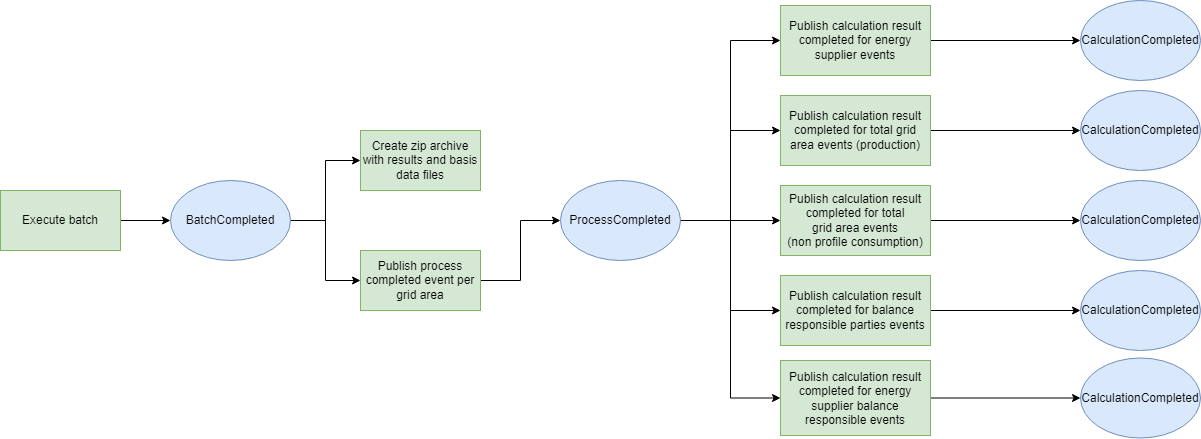
Earlier version of the draw.io export docs/images/events.drawio.png (Energinet-DataHub/opengeh-wholesale). Source tidied: cells renumbered, new cells last; positions are measured from the earlier drawing's top-left corner, leaving out a move shared by most shapes.
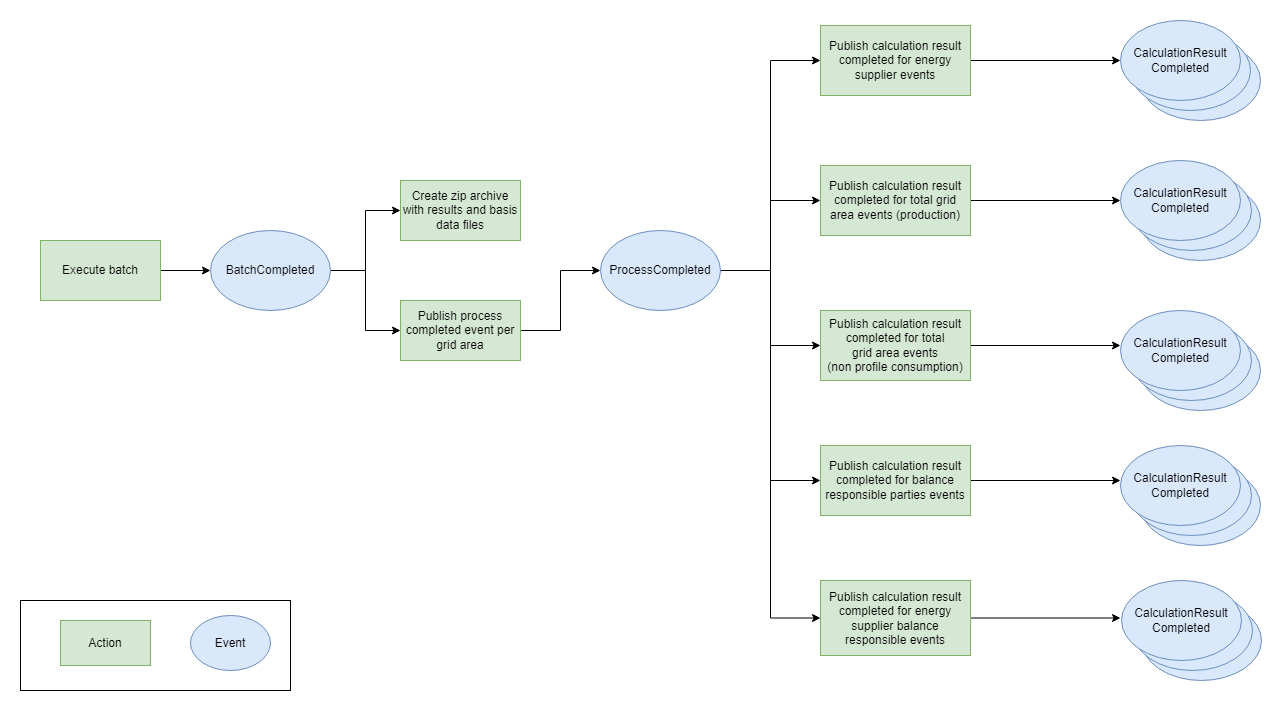
Later version of the same file.

The edit, as a diff of the source:
```diff
@@ -1,7 +1,16 @@
-<mxGraphModel>
+<mxGraphModel background="#ffffff">
   <root>
     <mxCell id="0" />
     <mxCell id="1" parent="0" />
+    <mxCell id="31" style="ellipse;whiteSpace=wrap;html=1;fillColor=#dae8fc;strokeColor=#6c8ebf;" parent="1" vertex="1">
+      <mxGeometry x="1100" y="-10" width="120" height="80" as="geometry" />
+    </mxCell>
+    <mxCell id="32" style="ellipse;whiteSpace=wrap;html=1;fillColor=#dae8fc;strokeColor=#6c8ebf;" parent="1" vertex="1">
+      <mxGeometry x="1090" y="-20" width="120" height="80" as="geometry" />
+    </mxCell>
+    <mxCell id="33" style="rounded=0;whiteSpace=wrap;html=1;align=left;" parent="1" vertex="1">
+      <mxGeometry x="-20" y="550" width="270" height="90" as="geometry" />
+    </mxCell>
     <mxCell id="2" style="edgeStyle=orthogonalEdgeStyle;rounded=0;jettySize=auto;html=1;entryX=0;entryY=0.5;entryDx=0;entryDy=0;" parent="1" edge="1" source="3" target="6">
       <mxGeometry relative="1" as="geometry" />
     </mxCell>
@@ -48,46 +57,84 @@
       <mxGeometry relative="1" as="geometry" />
     </mxCell>
     <mxCell id="17" value="Publish calculation result completed for energy supplier events" style="rounded=0;whiteSpace=wrap;html=1;fillColor=#d5e8d4;strokeColor=#82b366;" parent="1" vertex="1">
-      <mxGeometry x="780" y="5" width="150" height="70" as="geometry" />
+      <mxGeometry x="780" y="-25" width="150" height="70" as="geometry" />
     </mxCell>
-    <mxCell id="18" value="CalculationCompleted" style="ellipse;whiteSpace=wrap;html=1;fillColor=#dae8fc;strokeColor=#6c8ebf;" parent="1" vertex="1">
-      <mxGeometry x="1080" width="120" height="80" as="geometry" />
+    <mxCell id="18" value="CalculationResult Completed" style="ellipse;whiteSpace=wrap;html=1;fillColor=#dae8fc;strokeColor=#6c8ebf;" parent="1" vertex="1">
+      <mxGeometry x="1080" y="-30" width="120" height="80" as="geometry" />
     </mxCell>
-    <mxCell id="19" style="edgeStyle=orthogonalEdgeStyle;rounded=0;jettySize=auto;html=1;entryX=0;entryY=0.5;entryDx=0;entryDy=0;" parent="1" edge="1" source="20" target="27">
-      <mxGeometry relative="1" as="geometry" />
+    <mxCell id="19" style="edgeStyle=orthogonalEdgeStyle;rounded=0;jettySize=auto;html=1;entryX=0;entryY=0.5;entryDx=0;entryDy=0;" parent="1" edge="1" source="20">
+      <mxGeometry relative="1" as="geometry">
+        <mxPoint x="1080" y="150" as="targetPoint" />
+      </mxGeometry>
     </mxCell>
     <mxCell id="20" value="Publish calculation result completed for total grid area events (production)" style="rounded=0;whiteSpace=wrap;html=1;fillColor=#d5e8d4;strokeColor=#82b366;" parent="1" vertex="1">
-      <mxGeometry x="780" y="95" width="150" height="70" as="geometry" />
+      <mxGeometry x="780" y="115" width="150" height="70" as="geometry" />
     </mxCell>
-    <mxCell id="21" style="edgeStyle=orthogonalEdgeStyle;rounded=0;jettySize=auto;html=1;entryX=0;entryY=0.5;entryDx=0;entryDy=0;" parent="1" edge="1" source="22" target="28">
-      <mxGeometry relative="1" as="geometry" />
+    <mxCell id="21" style="edgeStyle=orthogonalEdgeStyle;rounded=0;jettySize=auto;html=1;entryX=0;entryY=0.5;entryDx=0;entryDy=0;" parent="1" edge="1" source="22">
+      <mxGeometry relative="1" as="geometry">
+        <mxPoint x="1080" y="295" as="targetPoint" />
+      </mxGeometry>
     </mxCell>
     <mxCell id="22" value="Publish calculation result completed for total &lt;br&gt;grid area events&lt;br&gt;(non profile consumption)" style="rounded=0;whiteSpace=wrap;html=1;fillColor=#d5e8d4;strokeColor=#82b366;" parent="1" vertex="1">
-      <mxGeometry x="780" y="185" width="150" height="70" as="geometry" />
+      <mxGeometry x="780" y="260" width="150" height="70" as="geometry" />
     </mxCell>
-    <mxCell id="23" style="edgeStyle=orthogonalEdgeStyle;rounded=0;jettySize=auto;html=1;entryX=0;entryY=0.5;entryDx=0;entryDy=0;" parent="1" edge="1" source="24" target="29">
-      <mxGeometry relative="1" as="geometry" />
+    <mxCell id="23" style="edgeStyle=orthogonalEdgeStyle;rounded=0;jettySize=auto;html=1;entryX=0;entryY=0.5;entryDx=0;entryDy=0;" parent="1" edge="1" source="24">
+      <mxGeometry relative="1" as="geometry">
+        <mxPoint x="1080" y="430" as="targetPoint" />
+      </mxGeometry>
     </mxCell>
     <mxCell id="24" value="Publish calculation result completed for balance responsible parties events" style="rounded=0;whiteSpace=wrap;html=1;fillColor=#d5e8d4;strokeColor=#82b366;" parent="1" vertex="1">
-      <mxGeometry x="780" y="275" width="150" height="70" as="geometry" />
+      <mxGeometry x="780" y="395" width="150" height="70" as="geometry" />
     </mxCell>
-    <mxCell id="25" style="edgeStyle=orthogonalEdgeStyle;rounded=0;jettySize=auto;html=1;entryX=0;entryY=0.5;entryDx=0;entryDy=0;" parent="1" edge="1" source="26" target="30">
-      <mxGeometry relative="1" as="geometry" />
-    </mxCell>
+    <mxCell id="34" style="edgeStyle=orthogonalEdgeStyle;rounded=0;jettySize=auto;html=1;" parent="1" edge="1" source="26">
+      <mxGeometry relative="1" as="geometry">
+        <mxPoint x="1080" y="567.5" as="targetPoint" />
+      </mxGeometry>
+    </mxCell>
     <mxCell id="26" value="Publish calculation result completed for energy supplier balance responsible events" style="rounded=0;whiteSpace=wrap;html=1;fillColor=#d5e8d4;strokeColor=#82b366;" parent="1" vertex="1">
-      <mxGeometry x="780" y="360" width="150" height="75" as="geometry" />
+      <mxGeometry x="780" y="530" width="150" height="75" as="geometry" />
     </mxCell>
-    <mxCell id="27" value="CalculationCompleted" style="ellipse;whiteSpace=wrap;html=1;fillColor=#dae8fc;strokeColor=#6c8ebf;" parent="1" vertex="1">
-      <mxGeometry x="1080" y="90" width="120" height="80" as="geometry" />
-    </mxCell>
-    <mxCell id="28" value="CalculationCompleted" style="ellipse;whiteSpace=wrap;html=1;fillColor=#dae8fc;strokeColor=#6c8ebf;" parent="1" vertex="1">
-      <mxGeometry x="1080" y="180" width="120" height="80" as="geometry" />
-    </mxCell>
-    <mxCell id="29" value="CalculationCompleted" style="ellipse;whiteSpace=wrap;html=1;fillColor=#dae8fc;strokeColor=#6c8ebf;" parent="1" vertex="1">
-      <mxGeometry x="1080" y="270" width="120" height="80" as="geometry" />
-    </mxCell>
-    <mxCell id="30" value="CalculationCompleted" style="ellipse;whiteSpace=wrap;html=1;fillColor=#dae8fc;strokeColor=#6c8ebf;" parent="1" vertex="1">
-      <mxGeometry x="1080" y="357.5" width="120" height="80" as="geometry" />
-    </mxCell>
+    <mxCell id="35" value="Action" style="rounded=0;whiteSpace=wrap;html=1;fillColor=#d5e8d4;strokeColor=#82b366;" parent="1" vertex="1">
+      <mxGeometry x="20" y="570" width="90" height="45" as="geometry" />
+    </mxCell>
+    <mxCell id="36" value="Event" style="ellipse;whiteSpace=wrap;html=1;fillColor=#dae8fc;strokeColor=#6c8ebf;" parent="1" vertex="1">
+      <mxGeometry x="150" y="565" width="80" height="55" as="geometry" />
+    </mxCell>
+    <mxCell id="37" style="ellipse;whiteSpace=wrap;html=1;fillColor=#dae8fc;strokeColor=#6c8ebf;" parent="1" vertex="1">
+      <mxGeometry x="1100" y="130" width="120" height="80" as="geometry" />
+    </mxCell>
+    <mxCell id="38" style="ellipse;whiteSpace=wrap;html=1;fillColor=#dae8fc;strokeColor=#6c8ebf;" parent="1" vertex="1">
+      <mxGeometry x="1091" y="120" width="120" height="80" as="geometry" />
+    </mxCell>
+    <mxCell id="39" value="CalculationResult Completed" style="ellipse;whiteSpace=wrap;html=1;fillColor=#dae8fc;strokeColor=#6c8ebf;" parent="1" vertex="1">
+      <mxGeometry x="1080" y="110" width="120" height="80" as="geometry" />
+    </mxCell>
+    <mxCell id="40" style="ellipse;whiteSpace=wrap;html=1;fillColor=#dae8fc;strokeColor=#6c8ebf;" parent="1" vertex="1">
+      <mxGeometry x="1100" y="280" width="120" height="80" as="geometry" />
+    </mxCell>
+    <mxCell id="41" style="ellipse;whiteSpace=wrap;html=1;fillColor=#dae8fc;strokeColor=#6c8ebf;" parent="1" vertex="1">
+      <mxGeometry x="1091" y="270" width="120" height="80" as="geometry" />
+    </mxCell>
+    <mxCell id="42" value="CalculationResult Completed" style="ellipse;whiteSpace=wrap;html=1;fillColor=#dae8fc;strokeColor=#6c8ebf;" parent="1" vertex="1">
+      <mxGeometry x="1080" y="260" width="120" height="80" as="geometry" />
+    </mxCell>
+    <mxCell id="43" style="ellipse;whiteSpace=wrap;html=1;fillColor=#dae8fc;strokeColor=#6c8ebf;" parent="1" vertex="1">
+      <mxGeometry x="1100" y="415" width="120" height="80" as="geometry" />
+    </mxCell>
+    <mxCell id="44" style="ellipse;whiteSpace=wrap;html=1;fillColor=#dae8fc;strokeColor=#6c8ebf;" parent="1" vertex="1">
+      <mxGeometry x="1091" y="405" width="120" height="80" as="geometry" />
+    </mxCell>
+    <mxCell id="45" value="CalculationResult Completed" style="ellipse;whiteSpace=wrap;html=1;fillColor=#dae8fc;strokeColor=#6c8ebf;" parent="1" vertex="1">
+      <mxGeometry x="1080" y="395" width="120" height="80" as="geometry" />
+    </mxCell>
+    <mxCell id="46" style="ellipse;whiteSpace=wrap;html=1;fillColor=#dae8fc;strokeColor=#6c8ebf;" parent="1" vertex="1">
+      <mxGeometry x="1101" y="550" width="120" height="80" as="geometry" />
+    </mxCell>
+    <mxCell id="47" style="ellipse;whiteSpace=wrap;html=1;fillColor=#dae8fc;strokeColor=#6c8ebf;" parent="1" vertex="1">
+      <mxGeometry x="1092" y="540" width="120" height="80" as="geometry" />
+    </mxCell>
+    <mxCell id="48" value="CalculationResult Completed" style="ellipse;whiteSpace=wrap;html=1;fillColor=#dae8fc;strokeColor=#6c8ebf;" parent="1" vertex="1">
+      <mxGeometry x="1081" y="530" width="120" height="80" as="geometry" />
+    </mxCell>
   </root>
 </mxGraphModel>
```
